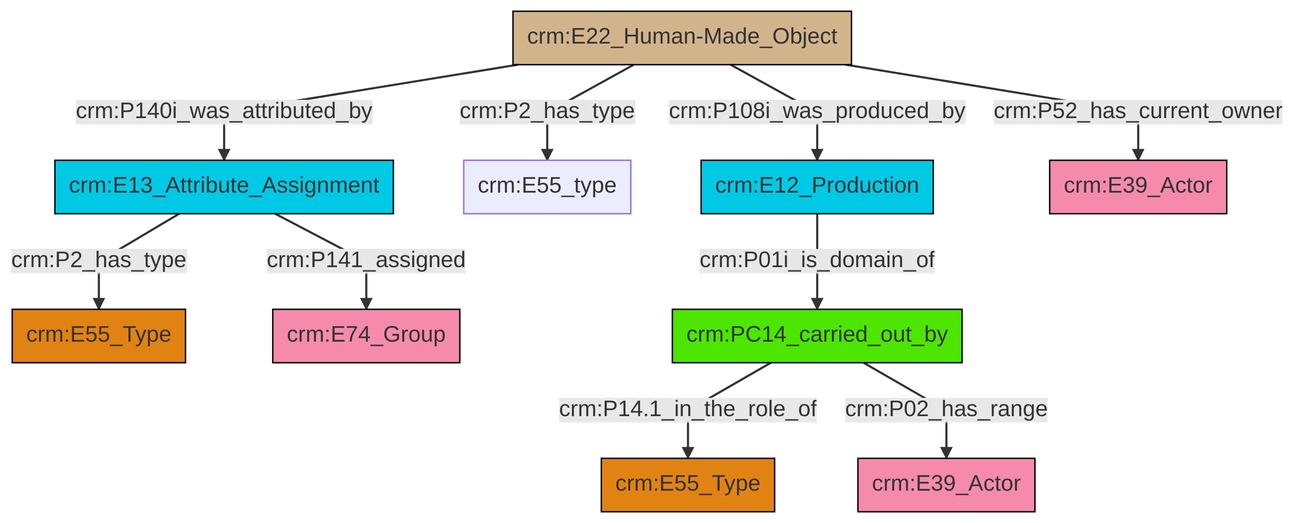
Before: et/builtWorkCSV/ttl/mmd/png/Built_Work_actor_relations.png, a diagram exported from Mermaid (swiss-art-research-net/reference-data-models). Its source is kept beside it as et/builtWorkCSV/ttl/mmd/Built_Work_actor_relations.ttl.mmd.
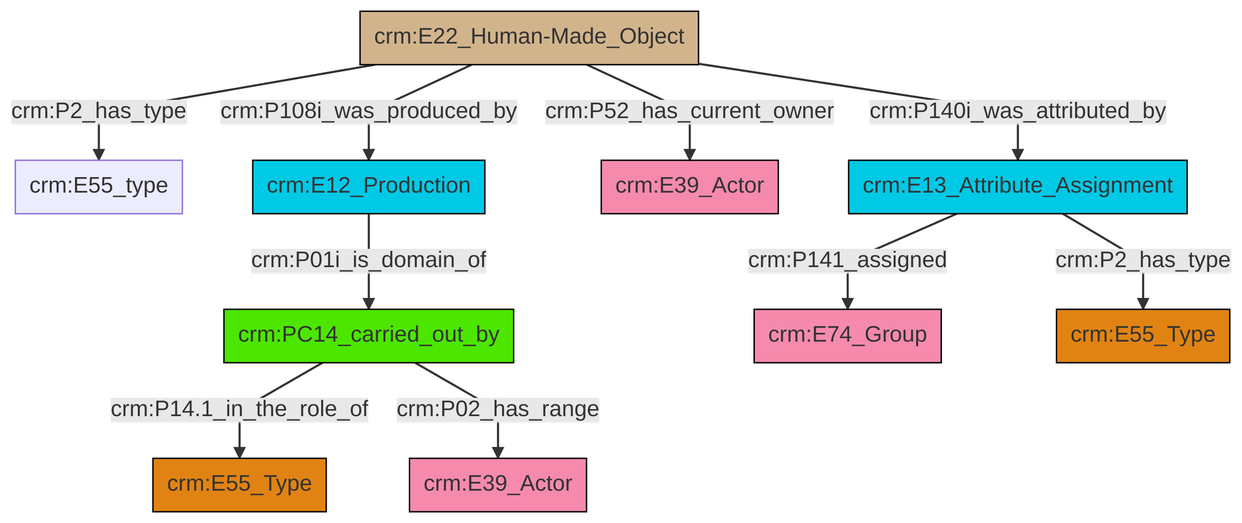
The same file after the commit.

What changed in the source:
```diff
@@ -13,12 +13,12 @@
 classDef PC_Classes fill:#4ce600, stroke:#000000;
 classDef Multi fill:#cccccc,stroke:#000000;
 
-2["crm:E13_Attribute_Assignment"]:::Temporal_Entity -->|crm:P2_has_type| 4["crm:E55_Type"]:::Type
-0["crm:E22_Human-Made_Object"]:::Physical_Thing -->|crm:P2_has_type| 9["crm:E55_type"]:::Default
-13["crm:PC14_carried_out_by"]:::PC_Classes -->|crm:P14.1_in_the_role_of| 7["crm:E55_Type"]:::Type
-2["crm:E13_Attribute_Assignment"]:::Temporal_Entity -->|crm:P141_assigned| 5["crm:E74_Group"]:::Actor
-11["crm:E12_Production"]:::Temporal_Entity -->|crm:P01i_is_domain_of| 13["crm:PC14_carried_out_by"]:::PC_Classes
-0["crm:E22_Human-Made_Object"]:::Physical_Thing -->|crm:P140i_was_attributed_by| 2["crm:E13_Attribute_Assignment"]:::Temporal_Entity
-13["crm:PC14_carried_out_by"]:::PC_Classes -->|crm:P02_has_range| 14["crm:E39_Actor"]:::Actor
-0["crm:E22_Human-Made_Object"]:::Physical_Thing -->|crm:P52_has_current_owner| 18["crm:E39_Actor"]:::Actor
-0["crm:E22_Human-Made_Object"]:::Physical_Thing -->|crm:P108i_was_produced_by| 11["crm:E12_Production"]:::Temporal_Entity
+0["crm:E22_Human-Made_Object"]:::Physical_Thing -->|crm:P2_has_type| 1["crm:E55_type"]:::Default
+6["crm:E12_Production"]:::Temporal_Entity -->|crm:P01i_is_domain_of| 7["crm:PC14_carried_out_by"]:::PC_Classes
+0["crm:E22_Human-Made_Object"]:::Physical_Thing -->|crm:P108i_was_produced_by| 6["crm:E12_Production"]:::Temporal_Entity
+0["crm:E22_Human-Made_Object"]:::Physical_Thing -->|crm:P52_has_current_owner| 10["crm:E39_Actor"]:::Actor
+0["crm:E22_Human-Made_Object"]:::Physical_Thing -->|crm:P140i_was_attributed_by| 11["crm:E13_Attribute_Assignment"]:::Temporal_Entity
+7["crm:PC14_carried_out_by"]:::PC_Classes -->|crm:P14.1_in_the_role_of| 12["crm:E55_Type"]:::Type
+11["crm:E13_Attribute_Assignment"]:::Temporal_Entity -->|crm:P141_assigned| 2["crm:E74_Group"]:::Actor
+11["crm:E13_Attribute_Assignment"]:::Temporal_Entity -->|crm:P2_has_type| 8["crm:E55_Type"]:::Type
+7["crm:PC14_carried_out_by"]:::PC_Classes -->|crm:P02_has_range| 4["crm:E39_Actor"]:::Actor
```
